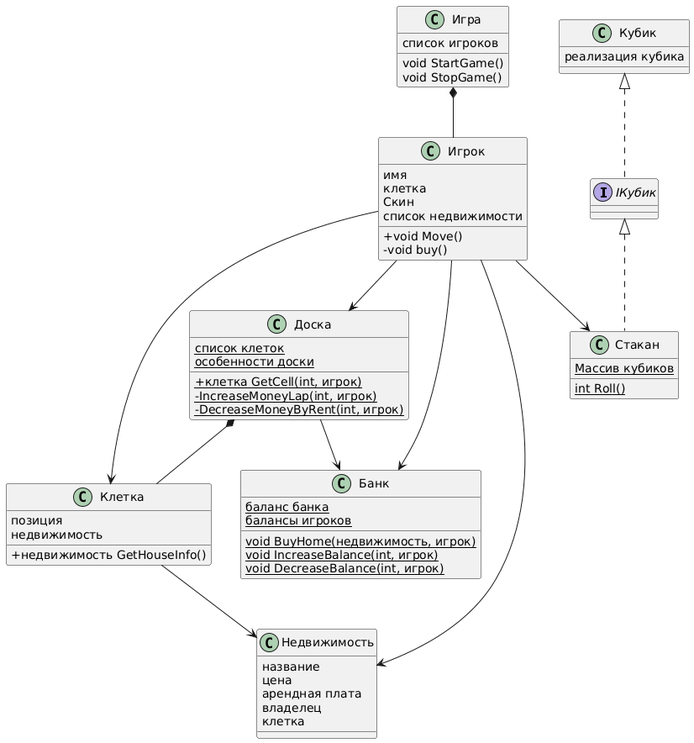
Above: Диаграмма классов.png in penamarth/bsbo-01-23_team1_var14_monopoly (PlantUML), before the change. The source it was exported from:
```plantuml
@startuml
skinparam classAttributeIconSize 0

interface IКубик

class Доска {
  {static} список клеток
  {static} особенности доски
  +{static} клетка GetCell(int, игрок)
  -{static} IncreaseMoneyLap(int, игрок)
  -{static} DecreaseMoneyByRent(int, игрок)
}

class Клетка {
  позиция
  недвижимость
  +недвижимость GetHouseInfo()
}

class Игрок {
  имя
  клетка
  Скин
  список недвижимости

  +void Move()
  -void buy()
}

class Недвижимость {
  название
  цена
  арендная плата
  владелец
  клетка
}

class Банк {
  {static} баланс банка
  {static} балансы игроков

  {static} void BuyHome(недвижимость, игрок)
  {static} void IncreaseBalance(int, игрок)
  {static} void DecreaseBalance(int, игрок)
}


class Игра {
  список игроков
  void StartGame()
  void StopGame()
}


class Стакан {
 {static} Массив кубиков
 {static} int Roll()
}


class Кубик {
  реализация кубика
}






Игра *-- Игрок




Доска *-- Клетка



Игрок  --> Банк
Игрок  --> Стакан
Игрок  --> Доска
Игрок  --> Клетка
Игрок  --> Недвижимость



Клетка  --> Недвижимость

Доска  --> Банк


IКубик <|.. Стакан

Кубик <|.. IКубик
@enduml
```
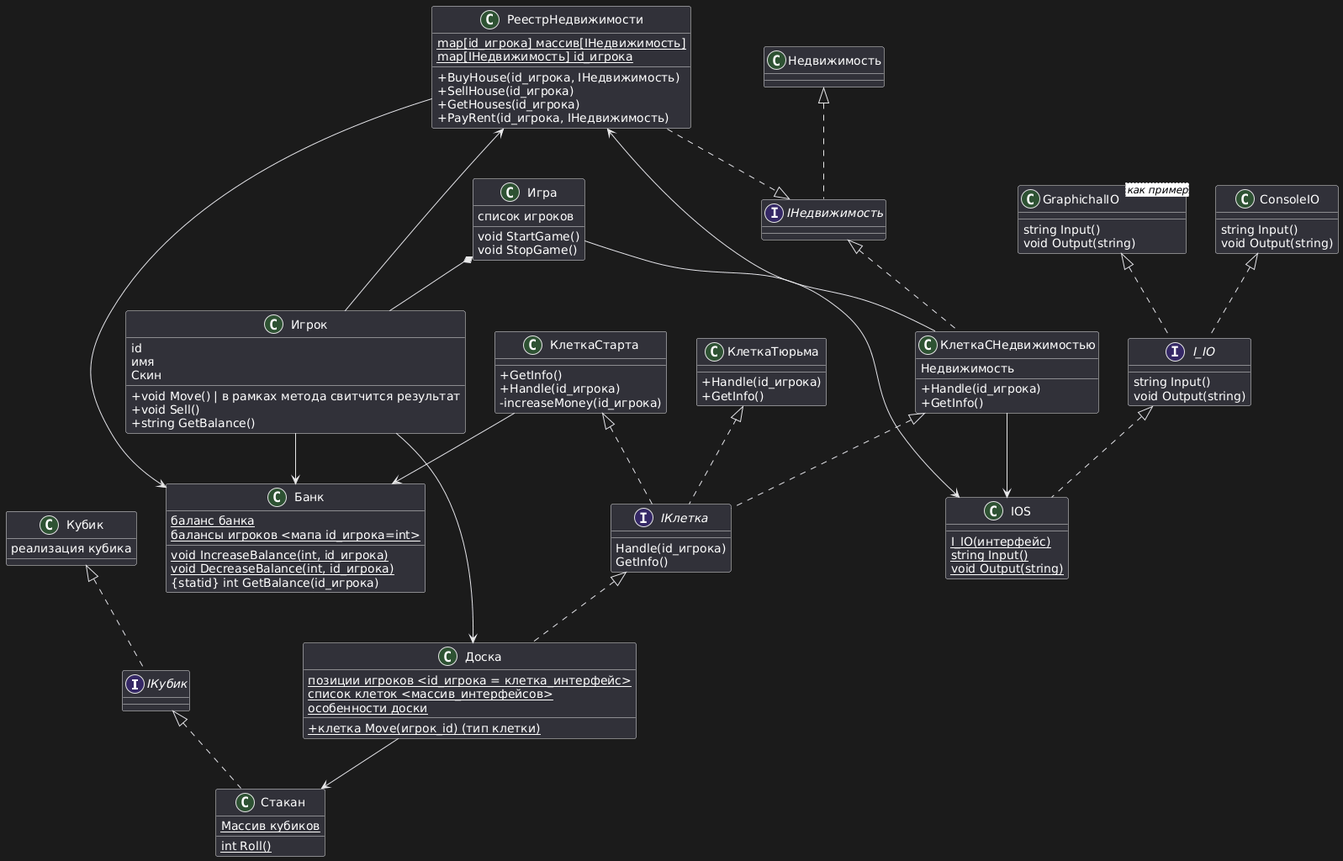
The same diagram one commit later.

What changed in the source:
```diff
@@ -3,45 +3,84 @@
 
 interface IКубик
 
-class Доска {
-  {static} список клеток
-  {static} особенности доски
-  +{static} клетка GetCell(int, игрок)
-  -{static} IncreaseMoneyLap(int, игрок)
-  -{static} DecreaseMoneyByRent(int, игрок)
+interface I_IO{
+  string Input()
+  void Output(string)
 }
 
-class Клетка {
-  позиция
-  недвижимость
-  +недвижимость GetHouseInfo()
+interface IНедвижимость
+interface IКлетка{
+   Handle(id_игрока)
+   GetInfo()
 }
 
-class Игрок {
-  имя
-  клетка
-  Скин
-  список недвижимости
+class Доска {
+  {static} позиции игроков <id_игрока = клетка_интерфейс>
+  {static} список клеток <массив_интерфейсов>
+  {static} особенности доски
 
-  +void Move()
-  -void buy()
+  +{static} клетка Move(игрок_id) (тип клетки)
+}
+class IOS{
+  {static} I_IO(интерфейс)
+  {static} string Input()
+  {static} void Output(string)
 }
 
-class Недвижимость {
-  название
-  цена
-  арендная плата
-  владелец
-  клетка
+
+class КлеткаСтарта {
+  +GetInfo()
+  +Handle(id_игрока)
+  -increaseMoney(id_игрока)
+
 }
+
+
+class GraphichalIO<как пример> {
+  string Input()
+  void Output(string)
+}
+class ConsoleIO {
+  string Input()
+  void Output(string)
+}
+
+
+
+class Игрок {
+  id
+  имя
+  Скин
+
+
+  +void Move() | в рамках метода свитчится результат
+  +void Sell()
+  +string GetBalance()
+}
+
+class КлеткаСНедвижимостью {
+  Недвижимость
+  +Handle(id_игрока)
+  +GetInfo()
+}
+
+КлеткаСНедвижимостью --> РеестрНедвижимости
+
+
+class КлеткаТюрьма {
+  +Handle(id_игрока)
+  +GetInfo()
+}
+
+
 
 class Банк {
   {static} баланс банка
-  {static} балансы игроков
+  {static} балансы игроков <мапа id_игрока=int>
 
-  {static} void BuyHome(недвижимость, игрок)
-  {static} void IncreaseBalance(int, игрок)
-  {static} void DecreaseBalance(int, игрок)
+  {static} void IncreaseBalance(int, id_игрока)
+  {static} void DecreaseBalance(int, id_игрока)
+  {statid} int GetBalance(id_игрока)
 }
 
 
@@ -64,31 +103,45 @@
 
 
 
+class РеестрНедвижимости {
+  {static} map[id_игрока] массив[IНедвижимость]
+  {static} map[IНедвижимость] id_игрока
 
+  +BuyHouse(id_игрока, IНедвижимость)
+  +SellHouse(id_игрока)
+  +GetHouses(id_игрока)
+  +PayRent(id_игрока, IНедвижимость)
+}
 
+РеестрНедвижимости ..|> IНедвижимость
+РеестрНедвижимости --> Банк
+РеестрНедвижимости <-- Игрок
 
 Игра *-- Игрок
 
 
 
 
-Доска *-- Клетка
+Игрок  --> Банк
+Игрок  --> Доска
+Доска  --> Стакан
+
+КлеткаСтарта  --> Банк
+IНедвижимость   <|.. КлеткаСНедвижимостью
+КлеткаСтарта <|.. IКлетка
+КлеткаСНедвижимостью <|.. IКлетка
+Недвижимость   <|.. IНедвижимость
+
+КлеткаТюрьма <|.. IКлетка
+КлеткаСНедвижимостью  --> IOS
+Игра  --> IOS
+
+GraphichalIO <|.. I_IO
+ConsoleIO <|.. I_IO
+I_IO <|.. IOS
 
 
-
-Игрок  --> Банк
-Игрок  --> Стакан
-Игрок  --> Доска
-Игрок  --> Клетка
-Игрок  --> Недвижимость
-
-
-
-Клетка  --> Недвижимость
-
-Доска  --> Банк
-
-
+IКлетка <|.. Доска
 IКубик <|.. Стакан
 
 Кубик <|.. IКубик
```
